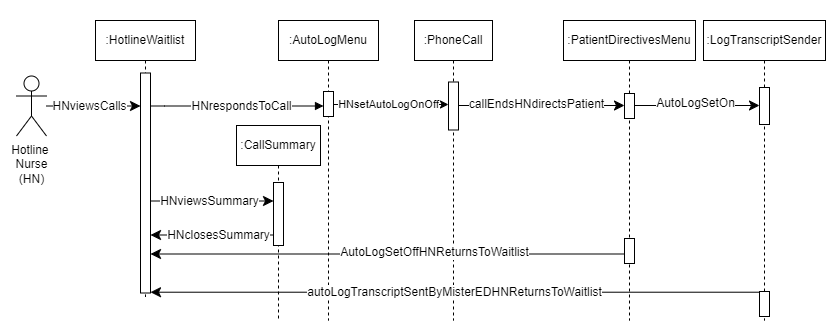
Earlier version of the draw.io export AmirWork/M2/Nurse_Hotline_SequenceDiagram.drawio.png (SENG-350-2024-fall/Team9). Source tidied: cells renumbered, new cells last; positions are measured from the earlier drawing's top-left corner, leaving out a move shared by most shapes.
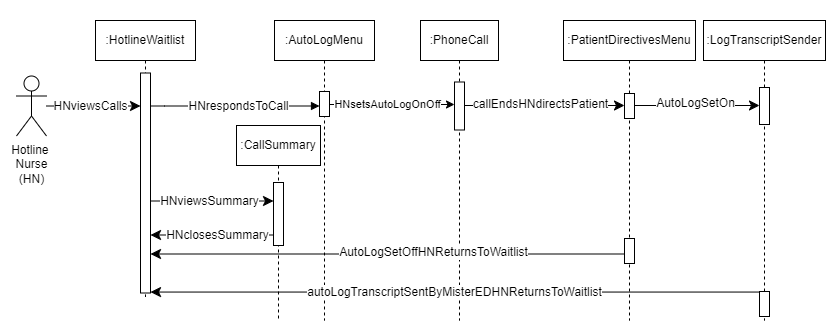
Above is the later version.

Change to the diagram source:
```diff
@@ -21,7 +21,7 @@
       <mxGeometry x="45" y="52.5" width="10" height="220" as="geometry" />
     </mxCell>
     <mxCell id="8" value=":AutoLogMenu" style="shape=umlLifeline;perimeter=lifelinePerimeter;whiteSpace=wrap;html=1;newEdgeStyle={&quot;edgeStyle&quot;:&quot;elbowEdgeStyle&quot;,&quot;elbow&quot;:&quot;vertical&quot;,&quot;curved&quot;:0,&quot;rounded&quot;:0};" parent="1" vertex="1">
-      <mxGeometry x="278" y="20" width="100" height="300" as="geometry" />
+      <mxGeometry x="274" y="20" width="100" height="300" as="geometry" />
     </mxCell>
     <mxCell id="9" style="html=1;points=[];perimeter=orthogonalPerimeter;outlineConnect=0;targetShapes=umlLifeline;portConstraint=eastwest;newEdgeStyle={&quot;edgeStyle&quot;:&quot;elbowEdgeStyle&quot;,&quot;elbow&quot;:&quot;vertical&quot;,&quot;curved&quot;:0,&quot;rounded&quot;:0};" parent="8" vertex="1">
       <mxGeometry x="45" y="71" width="10" height="25" as="geometry" />
@@ -72,7 +72,7 @@
       <mxGeometry x="-0.1" relative="1" as="geometry" />
     </mxCell>
     <mxCell id="19" value=":PhoneCall" style="shape=umlLifeline;perimeter=lifelinePerimeter;whiteSpace=wrap;html=1;newEdgeStyle={&quot;edgeStyle&quot;:&quot;elbowEdgeStyle&quot;,&quot;elbow&quot;:&quot;vertical&quot;,&quot;curved&quot;:0,&quot;rounded&quot;:0};" parent="1" vertex="1">
-      <mxGeometry x="414" y="20" width="78" height="300" as="geometry" />
+      <mxGeometry x="420" y="20" width="78" height="300" as="geometry" />
     </mxCell>
     <mxCell id="20" style="html=1;points=[];perimeter=orthogonalPerimeter;outlineConnect=0;targetShapes=umlLifeline;portConstraint=eastwest;newEdgeStyle={&quot;edgeStyle&quot;:&quot;elbowEdgeStyle&quot;,&quot;elbow&quot;:&quot;vertical&quot;,&quot;curved&quot;:0,&quot;rounded&quot;:0};" parent="19" vertex="1">
       <mxGeometry x="34" y="61.5" width="10" height="48" as="geometry" />
@@ -84,9 +84,9 @@
         </Array>
       </mxGeometry>
     </mxCell>
-    <mxCell id="22" value="HNsetAutoLogOnOff" style="edgeLabel;html=1;align=center;verticalAlign=middle;" parent="21" vertex="1">
+    <mxCell id="22" value="HNsetsAutoLogOnOff" style="edgeLabel;html=1;align=center;verticalAlign=middle;" parent="21" vertex="1">
       <mxGeometry x="-0.03" y="3" relative="1" as="geometry">
-        <mxPoint x="-1" y="3" as="offset" />
+        <mxPoint x="-3" y="3" as="offset" />
       </mxGeometry>
     </mxCell>
     <mxCell id="23" value=":PatientDirectivesMenu" style="shape=umlLifeline;perimeter=lifelinePerimeter;whiteSpace=wrap;html=1;newEdgeStyle={&quot;edgeStyle&quot;:&quot;elbowEdgeStyle&quot;,&quot;elbow&quot;:&quot;vertical&quot;,&quot;curved&quot;:0,&quot;rounded&quot;:0};" parent="1" vertex="1">
```
